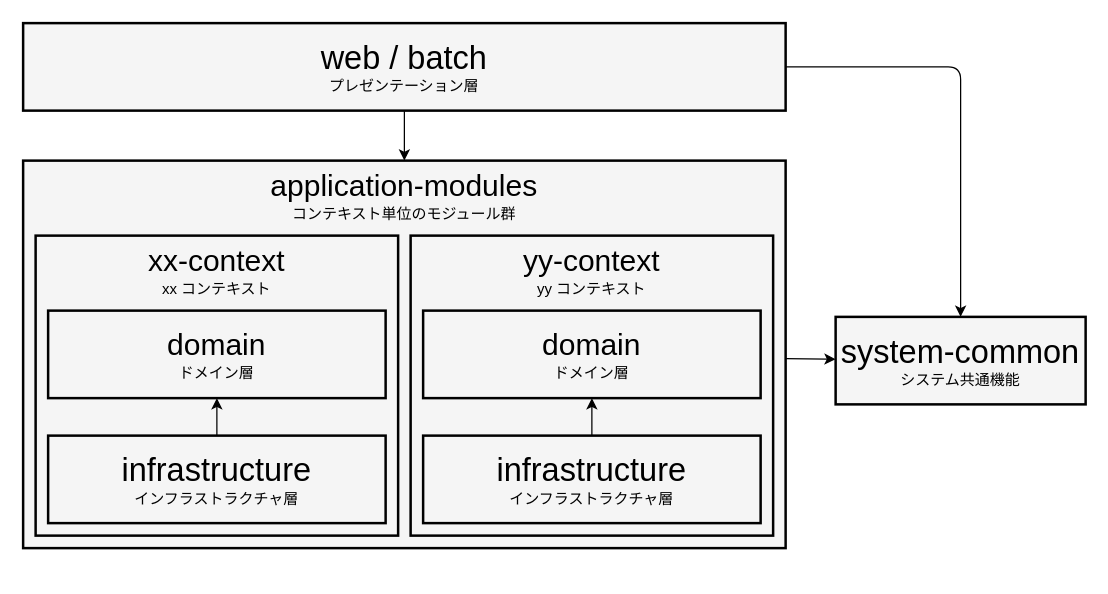
The draw.io diagram documents/_materials/images/guidebooks/how-to-develop/csr/java/subproject-dependencies-light.drawio in AlesInfiny/maia, before the edit. Source tidied: cells renumbered, new cells numbered last; positions are measured from the earlier drawing's top-left corner, leaving out a move shared by most shapes. Both pictures are drawn from the tidied source at 125%, with x=0, y=0 at pixel (22, 22).
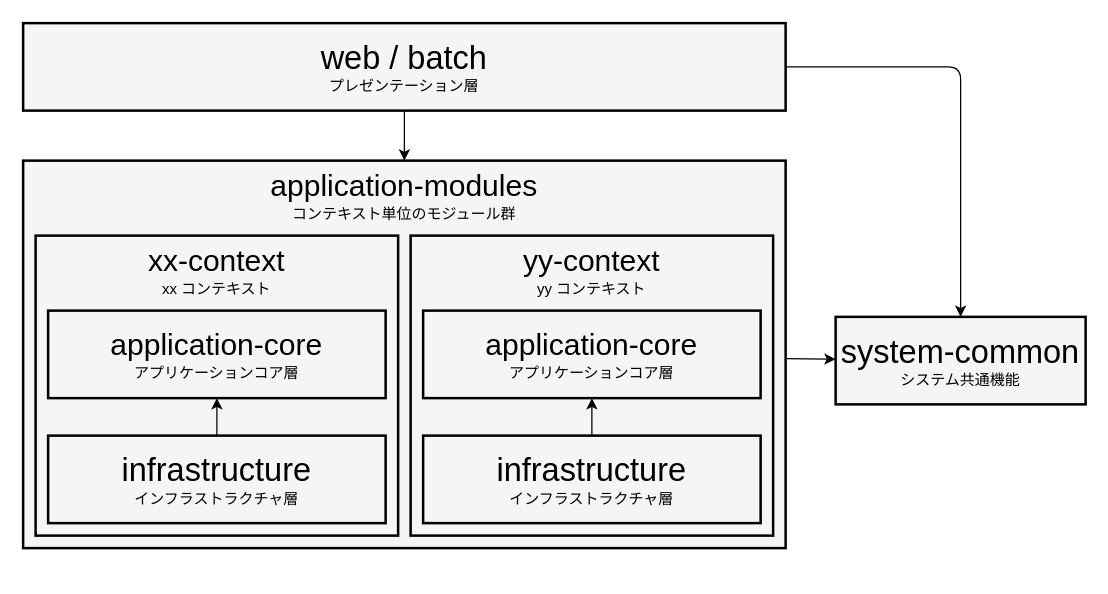
After the change.

Commit message (it also covers changes not shown here):
サブプロジェクトの個別設定のトップページの図に記載の文言を修正 (#5599)

Diff of the diagram source:
```diff
@@
 <mxGraphModel>
   <root>
     <mxCell id="0" />
     <mxCell id="1" parent="0" />
     <mxCell id="2" style="edgeStyle=orthogonalEdgeStyle;html=1;entryX=0.5;entryY=0;entryDx=0;entryDy=0;exitX=1;exitY=0.5;exitDx=0;exitDy=0;" parent="1" edge="1" source="4" target="5">
       <mxGeometry relative="1" as="geometry" />
     </mxCell>
     <mxCell id="3" style="edgeStyle=none;html=1;" parent="1" edge="1" source="4" target="7">
       <mxGeometry relative="1" as="geometry" />
     </mxCell>
     <mxCell id="4" value="&lt;font style=&quot;font-size: 26px;&quot;&gt;web / batch&lt;/font&gt;&lt;br&gt;プレゼンテーション層" style="rounded=0;whiteSpace=wrap;html=1;fillColor=#F5F5F5;fontColor=#000000;strokeColor=#000000;strokeWidth=2;" parent="1" vertex="1">
       <mxGeometry width="610" height="70" as="geometry" />
     </mxCell>
     <mxCell id="5" value="&lt;font style=&quot;font-size: 26px;&quot;&gt;system-common&lt;/font&gt;&lt;br&gt;システム共通機能" style="rounded=0;whiteSpace=wrap;html=1;fillColor=#F5F5F5;fontColor=#000000;strokeColor=#000000;strokeWidth=2;" parent="1" vertex="1">
       <mxGeometry x="650" y="235" width="200" height="70" as="geometry" />
     </mxCell>
     <mxCell id="6" style="group;" parent="1" vertex="1">
       <mxGeometry y="110" width="610" height="330" as="geometry" />
     </mxCell>
     <mxCell id="7" value="&lt;span style=&quot;font-size: 24px;&quot;&gt;application-modules&lt;/span&gt;&lt;div&gt;&lt;font&gt;コンテキスト単位のモジュール群&lt;/font&gt;&lt;/div&gt;" style="rounded=0;whiteSpace=wrap;html=1;fillColor=#F5F5F5;fontColor=#000000;strokeColor=#000000;strokeWidth=2;verticalAlign=top;" parent="6" vertex="1">
       <mxGeometry width="610" height="310" as="geometry" />
     </mxCell>
     <mxCell id="8" style="group;" parent="6" vertex="1">
       <mxGeometry x="10" y="60" width="290" height="240" as="geometry" />
     </mxCell>
     <mxCell id="9" value="&lt;span style=&quot;font-size: 24px;&quot;&gt;xx-context&lt;/span&gt;&lt;div&gt;&lt;font&gt;xx コンテキスト&lt;/font&gt;&lt;/div&gt;" style="rounded=0;whiteSpace=wrap;html=1;fillColor=#F5F5F5;fontColor=#000000;strokeColor=#000000;strokeWidth=2;verticalAlign=top;" parent="8" vertex="1">
       <mxGeometry width="290" height="240" as="geometry" />
     </mxCell>
-    <mxCell id="10" value="&lt;font style=&quot;font-size: 24px;&quot;&gt;domain&lt;/font&gt;&lt;div&gt;ドメイン層&lt;/div&gt;" style="rounded=0;whiteSpace=wrap;html=1;fillColor=#F5F5F5;fontColor=#000000;strokeColor=#000000;strokeWidth=2;" parent="8" vertex="1">
+    <mxCell id="10" value="&lt;span style=&quot;font-size: 24px;&quot;&gt;application-core&lt;/span&gt;&lt;br&gt;&lt;div&gt;アプリケーションコア層&lt;/div&gt;" style="rounded=0;whiteSpace=wrap;html=1;fillColor=#F5F5F5;fontColor=#000000;strokeColor=#000000;strokeWidth=2;" parent="8" vertex="1">
       <mxGeometry x="10" y="60" width="270" height="70" as="geometry" />
     </mxCell>
     <mxCell id="11" value="&lt;font style=&quot;font-size: 26px;&quot;&gt;infrastructure&lt;/font&gt;&lt;br&gt;インフラストラクチャ層" style="rounded=0;whiteSpace=wrap;html=1;fillColor=#F5F5F5;fontColor=#000000;strokeColor=#000000;strokeWidth=2;" parent="8" vertex="1">
       <mxGeometry x="10" y="160" width="270" height="70" as="geometry" />
     </mxCell>
     <mxCell id="12" style="edgeStyle=none;html=1;" parent="8" edge="1" source="11" target="10">
       <mxGeometry relative="1" as="geometry" />
     </mxCell>
     <mxCell id="13" style="group;" parent="6" vertex="1">
       <mxGeometry x="310" y="60" width="290" height="240" as="geometry" />
     </mxCell>
     <mxCell id="14" value="&lt;span style=&quot;font-size: 24px;&quot;&gt;yy-context&lt;/span&gt;&lt;div&gt;&lt;font&gt;yy コンテキスト&lt;/font&gt;&lt;/div&gt;" style="rounded=0;whiteSpace=wrap;html=1;fillColor=#F5F5F5;fontColor=#000000;strokeColor=#000000;strokeWidth=2;verticalAlign=top;" parent="13" vertex="1">
       <mxGeometry width="290" height="240" as="geometry" />
     </mxCell>
-    <mxCell id="15" value="&lt;span style=&quot;font-size: 24px;&quot;&gt;domain&lt;/span&gt;&lt;div&gt;ドメイン層&lt;/div&gt;" style="rounded=0;whiteSpace=wrap;html=1;fillColor=#F5F5F5;fontColor=#000000;strokeColor=#000000;strokeWidth=2;" parent="13" vertex="1">
+    <mxCell id="15" value="&lt;span style=&quot;color: rgb(0, 0, 0);&quot;&gt;&lt;span style=&quot;scrollbar-color: rgba(168, 169, 170, 0.52) rgb(18, 19, 20); font-size: 24px;&quot;&gt;application-core&lt;/span&gt;&lt;br style=&quot;scrollbar-color: rgba(168, 169, 170, 0.52) rgb(18, 19, 20);&quot;&gt;&lt;/span&gt;&lt;div style=&quot;scrollbar-color: rgba(168, 169, 170, 0.52) rgb(18, 19, 20);&quot;&gt;&lt;span style=&quot;color: rgb(0, 0, 0);&quot;&gt;アプリケーションコア層&lt;/span&gt;&lt;/div&gt;" style="rounded=0;whiteSpace=wrap;html=1;fillColor=#F5F5F5;fontColor=#000000;strokeColor=#000000;strokeWidth=2;" parent="13" vertex="1">
       <mxGeometry x="10" y="60" width="270" height="70" as="geometry" />
     </mxCell>
     <mxCell id="16" value="&lt;font style=&quot;font-size: 26px;&quot;&gt;infrastructure&lt;/font&gt;&lt;br&gt;インフラストラクチャ層" style="rounded=0;whiteSpace=wrap;html=1;fillColor=#F5F5F5;fontColor=#000000;strokeColor=#000000;strokeWidth=2;" parent="13" vertex="1">
       <mxGeometry x="10" y="160" width="270" height="70" as="geometry" />
     </mxCell>
     <mxCell id="17" style="edgeStyle=none;html=1;" parent="13" edge="1" source="16" target="15">
       <mxGeometry relative="1" as="geometry" />
     </mxCell>
     <mxCell id="18" style="edgeStyle=none;html=1;" parent="1" edge="1" source="7" target="5">
       <mxGeometry relative="1" as="geometry" />
     </mxCell>
   </root>
 </mxGraphModel>
```
